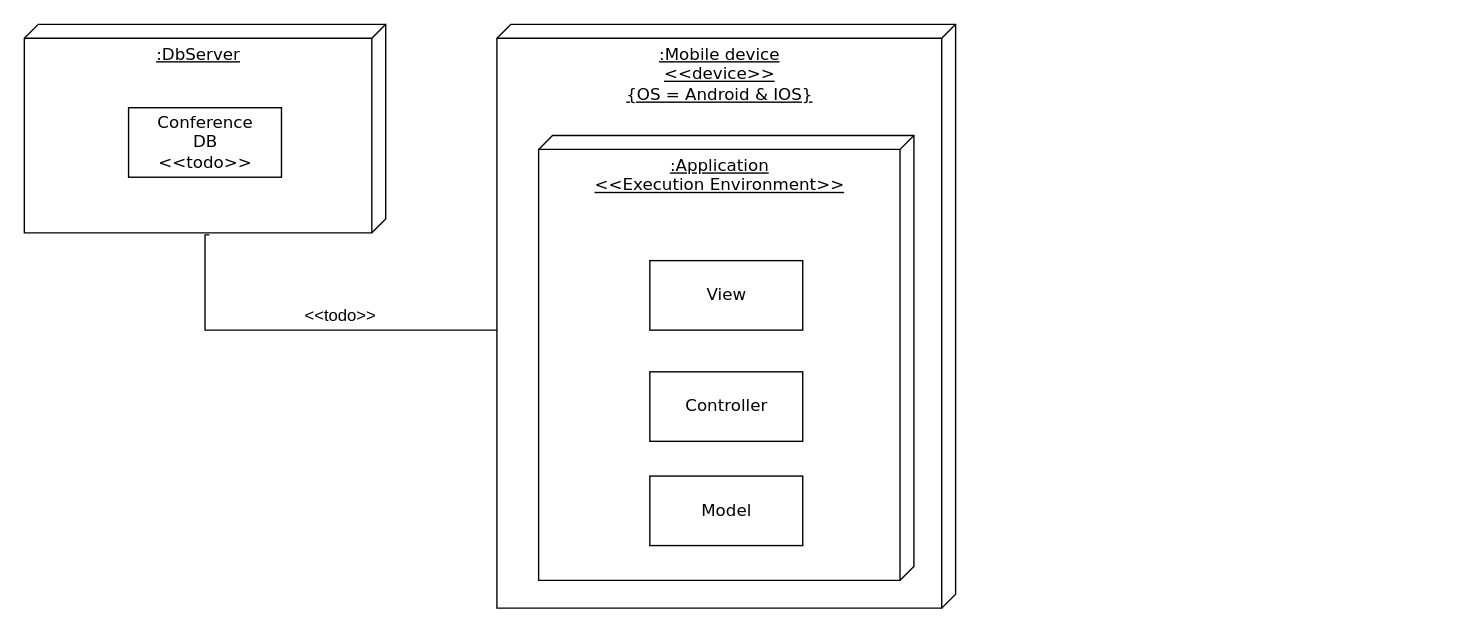
The draw.io diagram doc/UML/Deployment diagram/Deployment_diagram.drawio in kiko-g/feup-esof, before the edit. Source tidied: cells renumbered, new cells numbered last; positions are measured from the earlier drawing's top-left corner, leaving out a move shared by most shapes. Both pictures are drawn from the tidied source at 139%, with x=0, y=0 at pixel (24, 24).
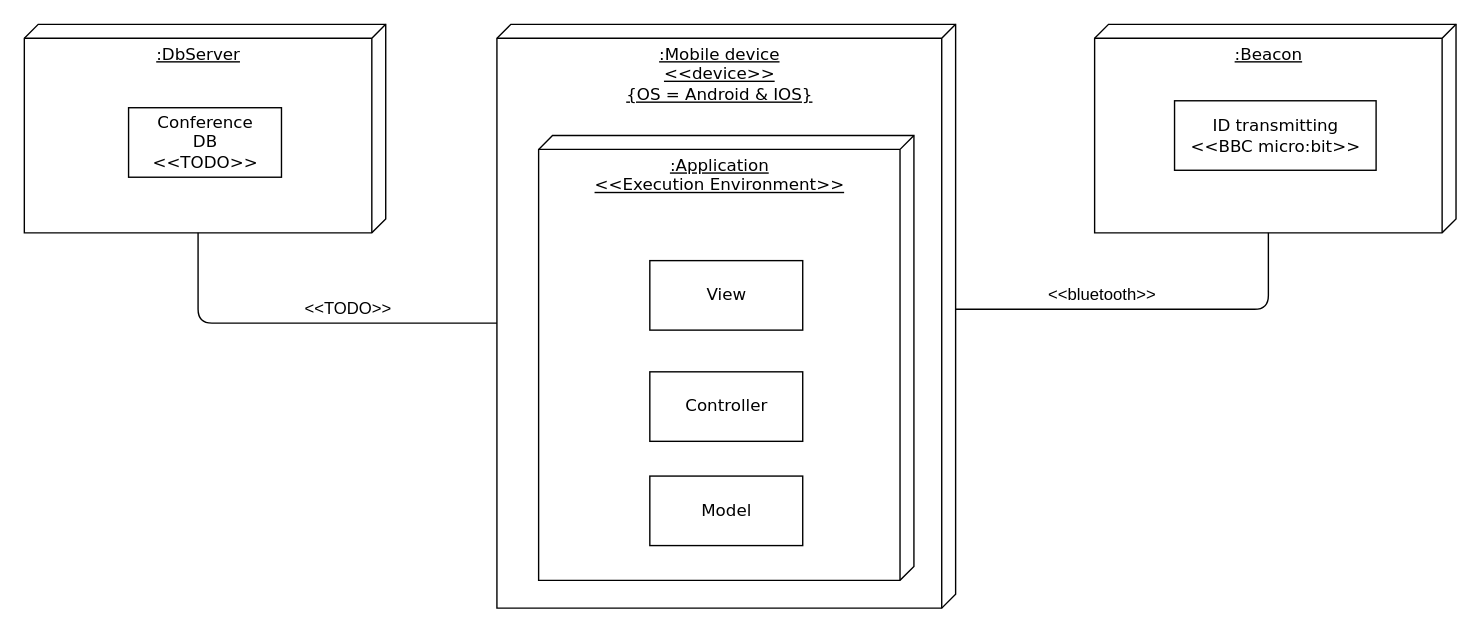
The same page after the edit.

Commit message (it also covers changes not shown here):
updated deployment diagrams

What changed in the source:
```diff
@@
 <mxGraphModel background="#ffffff">
   <root>
     <mxCell id="0" />
     <mxCell id="1" parent="0" />
     <mxCell id="2" value=":Mobile device&lt;br&gt;&amp;lt;&amp;lt;device&amp;gt;&amp;gt;&lt;br&gt;{OS = Android &amp;amp; IOS}" style="verticalAlign=top;align=center;spacingTop=8;spacingLeft=2;spacingRight=12;shape=cube;size=10;direction=south;fontStyle=4;html=1;rounded=0;shadow=0;comic=0;labelBackgroundColor=none;strokeWidth=1;fontFamily=Verdana;fontSize=12;" parent="1" vertex="1">
       <mxGeometry x="340" width="330" height="420" as="geometry" />
     </mxCell>
     <mxCell id="3" value=":Application&lt;br&gt;&amp;lt;&amp;lt;Execution Environment&amp;gt;&amp;gt;" style="verticalAlign=top;align=center;spacingTop=8;spacingLeft=2;spacingRight=12;shape=cube;size=10;direction=south;fontStyle=4;html=1;rounded=0;shadow=0;comic=0;labelBackgroundColor=none;strokeWidth=1;fontFamily=Verdana;fontSize=12;" parent="1" vertex="1">
       <mxGeometry x="370" y="80" width="270" height="320" as="geometry" />
     </mxCell>
     <mxCell id="4" value=":DbServer" style="verticalAlign=top;align=center;spacingTop=8;spacingLeft=2;spacingRight=12;shape=cube;size=10;direction=south;fontStyle=4;html=1;rounded=0;shadow=0;comic=0;labelBackgroundColor=none;strokeWidth=1;fontFamily=Verdana;fontSize=12;" parent="1" vertex="1">
       <mxGeometry width="260" height="150" as="geometry" />
     </mxCell>
     <mxCell id="5" value="View" style="html=1;rounded=0;shadow=0;comic=0;labelBackgroundColor=none;strokeWidth=1;fontFamily=Verdana;fontSize=12;align=center;" parent="1" vertex="1">
       <mxGeometry x="450" y="170" width="110" height="50" as="geometry" />
     </mxCell>
-    <mxCell id="6" style="edgeStyle=orthogonalEdgeStyle;rounded=0;html=1;labelBackgroundColor=none;startArrow=none;startFill=0;startSize=8;endArrow=none;endFill=0;endSize=16;fontFamily=Verdana;fontSize=12;exitX=1.01;exitY=0.488;exitDx=0;exitDy=0;exitPerimeter=0;" parent="1" edge="1" source="4" target="2">
-      <mxGeometry relative="1" as="geometry">
-        <Array as="points">
-          <mxPoint x="130" y="152" />
-          <mxPoint x="130" y="220" />
-        </Array>
-      </mxGeometry>
-    </mxCell>
-    <mxCell id="7" value="Conference&lt;br&gt;DB&lt;br&gt;&amp;lt;&amp;lt;todo&amp;gt;&amp;gt;" style="html=1;rounded=0;shadow=0;comic=0;labelBackgroundColor=none;strokeWidth=1;fontFamily=Verdana;fontSize=12;align=center;" parent="1" vertex="1">
+    <mxCell id="7" value="Conference&lt;br&gt;DB&lt;br&gt;&amp;lt;&amp;lt;TODO&amp;gt;&amp;gt;" style="html=1;rounded=0;shadow=0;comic=0;labelBackgroundColor=none;strokeWidth=1;fontFamily=Verdana;fontSize=12;align=center;" parent="1" vertex="1">
       <mxGeometry x="75" y="60" width="110" height="50" as="geometry" />
     </mxCell>
-    <mxCell id="8" value="&amp;lt;&amp;lt;todo&amp;gt;&amp;gt;" style="text;html=1;align=left;verticalAlign=top;spacingTop=-4;" parent="1" vertex="1">
-      <mxGeometry x="200" y="200" width="70" height="10" as="geometry" />
+    <mxCell id="8" value="&amp;lt;&amp;lt;TODO&amp;gt;&amp;gt;" style="text;html=1;align=left;verticalAlign=top;spacingTop=-4;" parent="1" vertex="1">
+      <mxGeometry x="200" y="195" width="80" height="10" as="geometry" />
     </mxCell>
     <mxCell id="9" value="Controller" style="html=1;rounded=0;shadow=0;comic=0;labelBackgroundColor=none;strokeWidth=1;fontFamily=Verdana;fontSize=12;align=center;" parent="1" vertex="1">
       <mxGeometry x="450" y="250" width="110" height="50" as="geometry" />
     </mxCell>
     <mxCell id="10" value="Model" style="html=1;rounded=0;shadow=0;comic=0;labelBackgroundColor=none;strokeWidth=1;fontFamily=Verdana;fontSize=12;align=center;" parent="1" vertex="1">
       <mxGeometry x="450" y="325" width="110" height="50" as="geometry" />
     </mxCell>
+    <mxCell id="11" value=":Beacon&lt;br&gt;" style="verticalAlign=top;align=center;spacingTop=8;spacingLeft=2;spacingRight=12;shape=cube;size=10;direction=south;fontStyle=4;html=1;rounded=0;shadow=0;comic=0;labelBackgroundColor=none;strokeWidth=1;fontFamily=Verdana;fontSize=12;" parent="1" vertex="1">
+      <mxGeometry x="770" width="260" height="150" as="geometry" />
+    </mxCell>
+    <mxCell id="12" style="endArrow=none;html=1;entryX=0;entryY=0;entryDx=150;entryDy=135;entryPerimeter=0;exitX=0;exitY=0;exitDx=215;exitDy=330;exitPerimeter=0;" parent="1" edge="1" source="2" target="4">
+      <mxGeometry relative="1" as="geometry">
+        <Array as="points">
+          <mxPoint x="125" y="215" />
+        </Array>
+      </mxGeometry>
+    </mxCell>
+    <mxCell id="13" style="endArrow=none;html=1;entryX=0;entryY=0;entryDx=150;entryDy=135;entryPerimeter=0;exitX=0;exitY=0;exitDx=205;exitDy=0;exitPerimeter=0;" parent="1" edge="1" source="2" target="11">
+      <mxGeometry relative="1" as="geometry">
+        <Array as="points">
+          <mxPoint x="895" y="205" />
+        </Array>
+      </mxGeometry>
+    </mxCell>
+    <mxCell id="14" value="&amp;lt;&amp;lt;bluetooth&amp;gt;&amp;gt;" style="text;html=1;align=left;verticalAlign=top;spacingTop=-4;" parent="1" vertex="1">
+      <mxGeometry x="735" y="185" width="90" height="10" as="geometry" />
+    </mxCell>
+    <mxCell id="15" value="ID transmitting&lt;br&gt;&lt;span&gt;&amp;lt;&amp;lt;BBC micro:bit&amp;gt;&amp;gt;&lt;/span&gt;" style="html=1;rounded=0;shadow=0;comic=0;labelBackgroundColor=none;strokeWidth=1;fontFamily=Verdana;fontSize=12;align=center;" parent="1" vertex="1">
+      <mxGeometry x="827.5" y="55" width="145" height="50" as="geometry" />
+    </mxCell>
   </root>
 </mxGraphModel>
```
